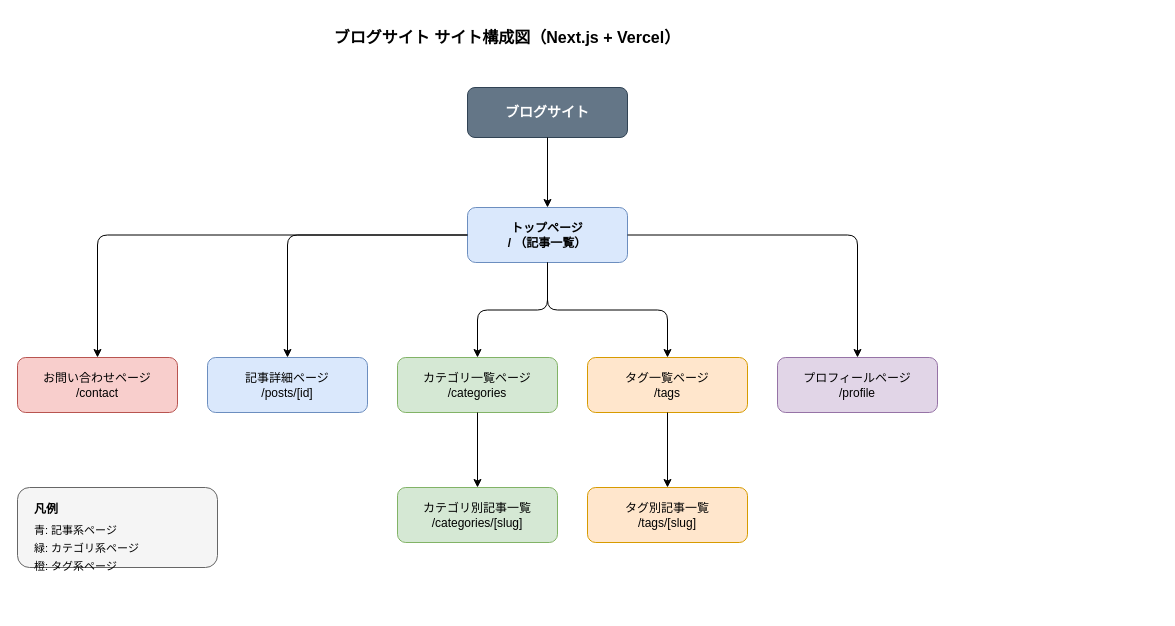
This is docs/design/site-map.drawio from firstclimbkazu/selfblog, a draw.io file, before an edit. Source tidied: cells renumbered, new cells numbered last; positions are measured from the earlier drawing's top-left corner, leaving out a move shared by most shapes. Both pictures are drawn from the tidied source at 100%, with x=0, y=0 at pixel (17, 17).
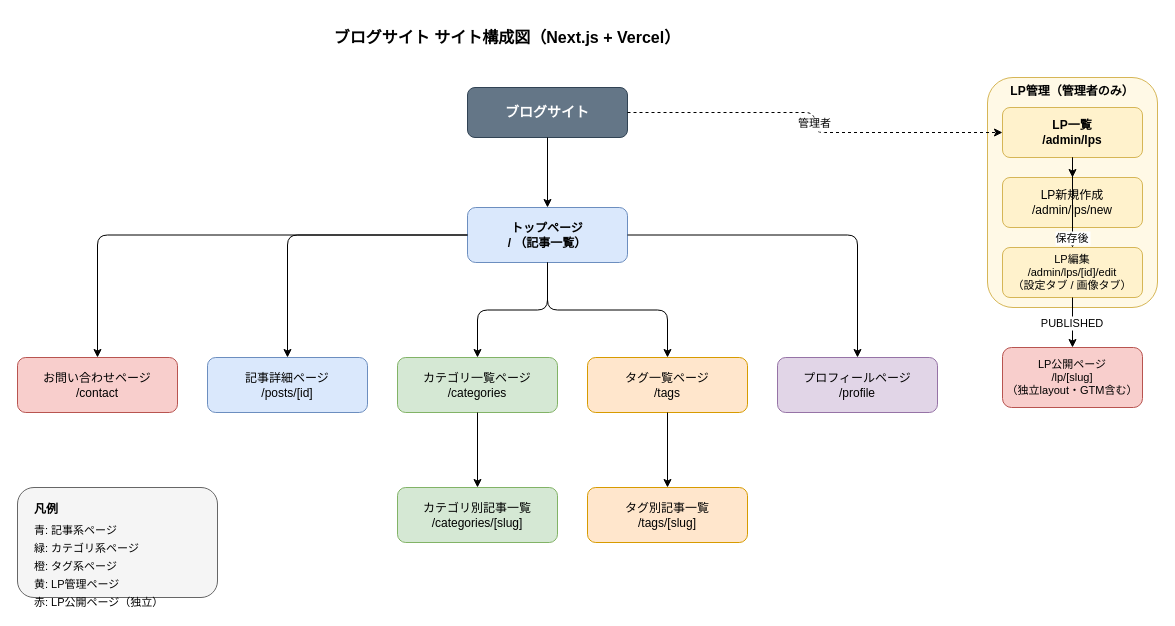
Above is the later version.

The change refers to these unchanged cells:
```xml
<mxCell id="3" value="ブログサイト" style="rounded=1;whiteSpace=wrap;html=1;fillColor=#647687;strokeColor=#314354;fontColor=#ffffff;fontSize=14;fontStyle=1;" parent="1" vertex="1">
  <mxGeometry x="450" y="70" width="160" height="50" as="geometry" />
</mxCell>
```

The edit, as a diff of the source:
```diff
@@
+    <mxCell id="25" value="LP管理（管理者のみ）" style="rounded=1;fillColor=#fff9e6;strokeColor=#d6b656;fontSize=12;fontStyle=1;verticalAlign=top;" parent="1" vertex="1">
+      <mxGeometry x="970" y="60" width="170" height="230" as="geometry" />
+    </mxCell>
+    <mxCell id="26" value="LP一覧&#10;/admin/lps" style="rounded=1;whiteSpace=wrap;html=1;fillColor=#fff2cc;strokeColor=#d6b656;fontSize=12;fontStyle=1;" parent="1" vertex="1">
+      <mxGeometry x="985" y="90" width="140" height="50" as="geometry" />
+    </mxCell>
+    <mxCell id="27" value="LP新規作成&#10;/admin/lps/new" style="rounded=1;whiteSpace=wrap;html=1;fillColor=#fff2cc;strokeColor=#d6b656;fontSize=12;" parent="1" vertex="1">
+      <mxGeometry x="985" y="160" width="140" height="50" as="geometry" />
+    </mxCell>
+    <mxCell id="28" value="LP編集&#10;/admin/lps/[id]/edit&#10;（設定タブ / 画像タブ）" style="rounded=1;whiteSpace=wrap;html=1;fillColor=#fff2cc;strokeColor=#d6b656;fontSize=11;" parent="1" vertex="1">
+      <mxGeometry x="985" y="230" width="140" height="50" as="geometry" />
+    </mxCell>
+    <mxCell id="29" value="LP公開ページ&#10;/lp/[slug]&#10;（独立layout・GTM含む）" style="rounded=1;whiteSpace=wrap;html=1;fillColor=#f8cecc;strokeColor=#b85450;fontSize=11;" parent="1" vertex="1">
+      <mxGeometry x="985" y="330" width="140" height="60" as="geometry" />
+    </mxCell>
+    <mxCell id="30" value="管理者" style="edgeStyle=orthogonalEdgeStyle;fontSize=11;dashed=1;" parent="1" edge="1" source="3" target="26">
+      <mxGeometry relative="1" as="geometry" />
+    </mxCell>
+    <mxCell id="31" style="edgeStyle=orthogonalEdgeStyle;" parent="1" edge="1" source="26" target="27">
+      <mxGeometry relative="1" as="geometry" />
+    </mxCell>
+    <mxCell id="32" style="edgeStyle=orthogonalEdgeStyle;" parent="1" edge="1" source="26" target="28">
+      <mxGeometry relative="1" as="geometry" />
+    </mxCell>
+    <mxCell id="33" value="保存後" style="edgeStyle=orthogonalEdgeStyle;fontSize=11;" parent="1" edge="1" source="27" target="28">
+      <mxGeometry relative="1" as="geometry" />
+    </mxCell>
+    <mxCell id="34" value="PUBLISHED" style="edgeStyle=orthogonalEdgeStyle;fontSize=11;" parent="1" edge="1" source="28" target="29">
+      <mxGeometry relative="1" as="geometry" />
+    </mxCell>
     <mxCell id="20" style="rounded=1;fillColor=#f5f5f5;strokeColor=#666666;" parent="1" vertex="1">
-      <mxGeometry y="470" width="200" height="80" as="geometry" />
+      <mxGeometry y="470" width="200" height="110" as="geometry" />
     </mxCell>
@@
+    <mxCell id="35" value="黄: LP管理ページ" style="text;html=1;strokeColor=none;fillColor=none;align=left;fontSize=11;" parent="1" vertex="1">
+      <mxGeometry x="15" y="554" width="160" height="16" as="geometry" />
+    </mxCell>
+    <mxCell id="36" value="赤: LP公開ページ（独立）" style="text;html=1;strokeColor=none;fillColor=none;align=left;fontSize=11;" parent="1" vertex="1">
+      <mxGeometry x="15" y="572" width="180" height="16" as="geometry" />
+    </mxCell>
```
